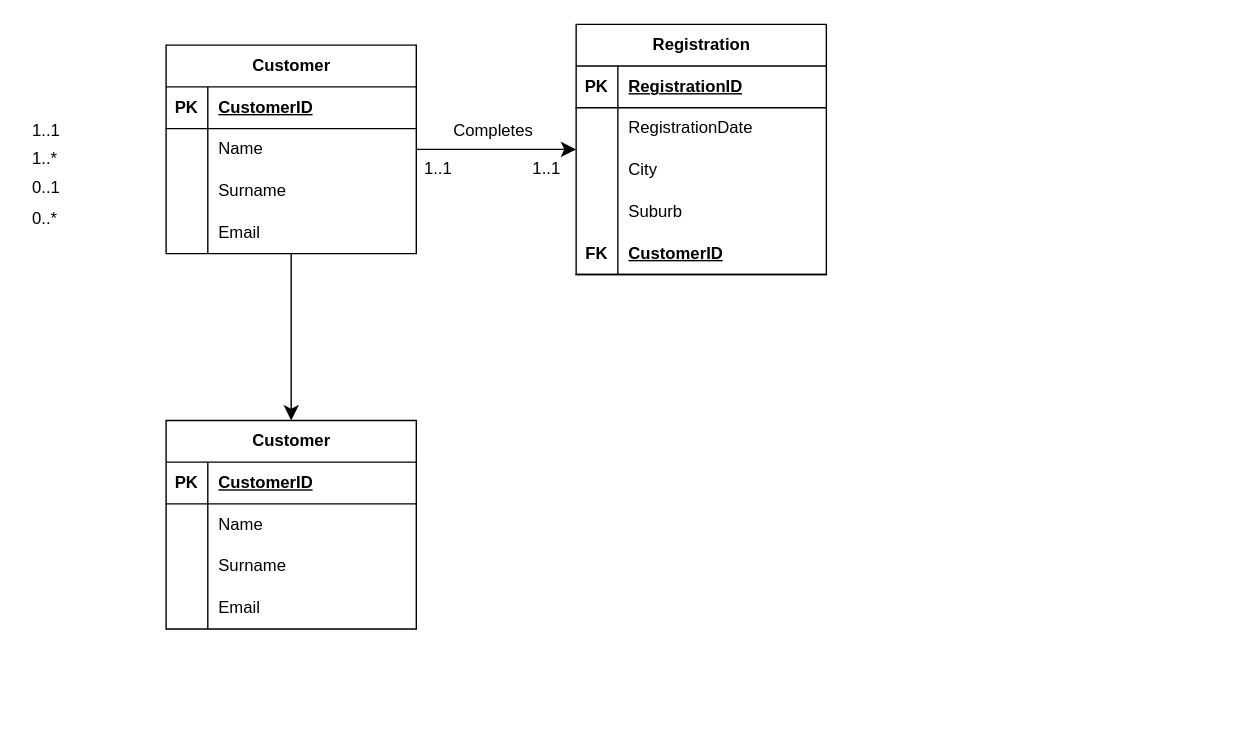
ST10326104/ERDs keeps this draw.io diagram as Untitled Diagram.drawio. Above is the earlier version. Source tidied: cells renumbered, new cells numbered last; positions are measured from the earlier drawing's top-left corner, leaving out a move shared by most shapes. Both pictures are drawn from the tidied source at 139%, with x=0, y=0 at pixel (24, 24).
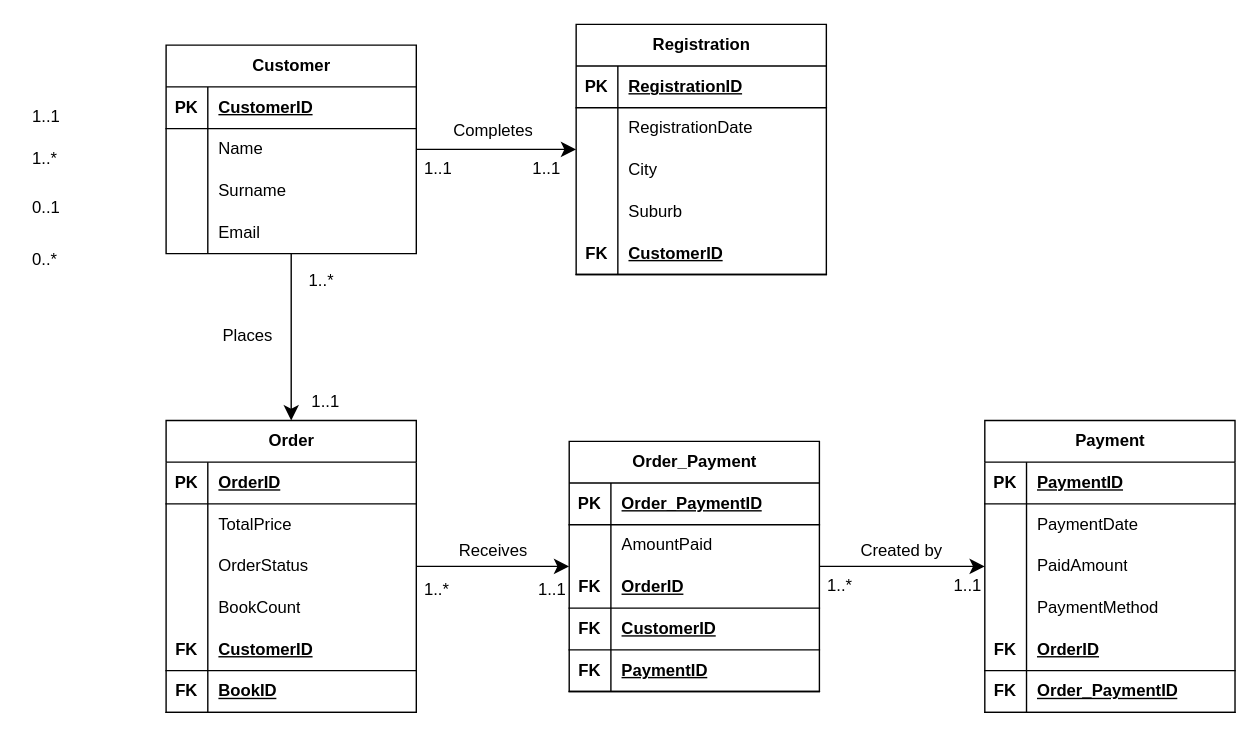
Above is the later version.

Unchanged cells that the change refers to:
```xml
<mxCell id="34" style="shape=tableRow;horizontal=0;startSize=0;swimlaneHead=0;swimlaneBody=0;fillColor=none;top=0;left=0;right=0;bottom=1;" parent="33" vertex="1">
  <mxGeometry y="30" width="180" height="30" as="geometry" />
</mxCell>
<mxCell id="37" style="shape=tableRow;horizontal=0;startSize=0;swimlaneHead=0;swimlaneBody=0;fillColor=none;top=0;left=0;right=0;bottom=0;" parent="33" vertex="1">
  <mxGeometry y="60" width="180" height="30" as="geometry" />
</mxCell>
<mxCell id="40" style="shape=tableRow;horizontal=0;startSize=0;swimlaneHead=0;swimlaneBody=0;fillColor=none;top=0;left=0;right=0;bottom=0;" parent="33" vertex="1">
  <mxGeometry y="90" width="180" height="30" as="geometry" />
</mxCell>
<mxCell id="43" style="shape=tableRow;horizontal=0;startSize=0;swimlaneHead=0;swimlaneBody=0;fillColor=none;top=0;left=0;right=0;bottom=0;" parent="33" vertex="1">
  <mxGeometry y="120" width="180" height="30" as="geometry" />
</mxCell>
```

Diff of the diagram source:
```diff
@@
+    <mxCell id="53" style="edgeStyle=none;curved=1;rounded=0;jettySize=auto;html=1;fontFamily=Helvetica;fontSize=12;fontColor=default;startSize=8;endSize=8;" parent="1" edge="1" source="33" target="63">
+      <mxGeometry relative="1" as="geometry" />
+    </mxCell>
-    <mxCell id="33" value="Customer" style="shape=table;startSize=30;childLayout=tableLayout;rowLines=0;fontStyle=1;align=center;html=1;" parent="1" vertex="1">
-      <mxGeometry x="102" y="285" width="180" height="150" as="geometry" />
+    <mxCell id="33" value="Order" style="shape=table;startSize=30;childLayout=tableLayout;rowLines=0;fontStyle=1;align=center;html=1;" parent="1" vertex="1">
+      <mxGeometry x="102" y="285" width="180" height="210" as="geometry" />
     </mxCell>
@@
-    <mxCell id="36" value="CustomerID" style="shape=partialRectangle;fillColor=none;top=0;left=0;bottom=0;right=0;align=left;spacingLeft=6;fontStyle=5;overflow=hidden;whiteSpace=wrap;html=1;" parent="34" vertex="1">
+    <mxCell id="36" value="OrderID" style="shape=partialRectangle;fillColor=none;top=0;left=0;bottom=0;right=0;align=left;spacingLeft=6;fontStyle=5;overflow=hidden;whiteSpace=wrap;html=1;" parent="34" vertex="1">
       <mxGeometry x="30" width="150" height="30" as="geometry" />
     </mxCell>
@@
-    <mxCell id="39" value="Name" style="shape=partialRectangle;fillColor=none;top=0;left=0;bottom=0;right=0;align=left;spacingLeft=6;overflow=hidden;whiteSpace=wrap;html=1;" parent="37" vertex="1">
+    <mxCell id="39" value="TotalPrice" style="shape=partialRectangle;fillColor=none;top=0;left=0;bottom=0;right=0;align=left;spacingLeft=6;overflow=hidden;whiteSpace=wrap;html=1;" parent="37" vertex="1">
       <mxGeometry x="30" width="150" height="30" as="geometry" />
     </mxCell>
@@
-    <mxCell id="42" value="Surname" style="shape=partialRectangle;fillColor=none;top=0;left=0;bottom=0;right=0;align=left;spacingLeft=6;overflow=hidden;whiteSpace=wrap;html=1;" parent="40" vertex="1">
+    <mxCell id="42" value="OrderStatus" style="shape=partialRectangle;fillColor=none;top=0;left=0;bottom=0;right=0;align=left;spacingLeft=6;overflow=hidden;whiteSpace=wrap;html=1;" parent="40" vertex="1">
       <mxGeometry x="30" width="150" height="30" as="geometry" />
     </mxCell>
@@
-    <mxCell id="45" value="Email" style="shape=partialRectangle;fillColor=none;top=0;left=0;bottom=0;right=0;align=left;spacingLeft=6;overflow=hidden;whiteSpace=wrap;html=1;" parent="43" vertex="1">
+    <mxCell id="45" value="BookCount" style="shape=partialRectangle;fillColor=none;top=0;left=0;bottom=0;right=0;align=left;spacingLeft=6;overflow=hidden;whiteSpace=wrap;html=1;" parent="43" vertex="1">
       <mxGeometry x="30" width="150" height="30" as="geometry" />
     </mxCell>
+    <mxCell id="54" style="shape=tableRow;horizontal=0;startSize=0;swimlaneHead=0;swimlaneBody=0;fillColor=none;top=0;left=0;right=0;bottom=1;" parent="33" vertex="1">
+      <mxGeometry y="150" width="180" height="30" as="geometry" />
+    </mxCell>
+    <mxCell id="55" value="FK" style="shape=partialRectangle;fillColor=none;top=0;left=0;bottom=0;right=0;fontStyle=1;overflow=hidden;whiteSpace=wrap;html=1;" parent="54" vertex="1">
+      <mxGeometry width="30" height="30" as="geometry" />
+    </mxCell>
+    <mxCell id="56" value="CustomerID" style="shape=partialRectangle;fillColor=none;top=0;left=0;bottom=0;right=0;align=left;spacingLeft=6;fontStyle=5;overflow=hidden;whiteSpace=wrap;html=1;" parent="54" vertex="1">
+      <mxGeometry x="30" width="150" height="30" as="geometry" />
+    </mxCell>
+    <mxCell id="57" style="shape=tableRow;horizontal=0;startSize=0;swimlaneHead=0;swimlaneBody=0;fillColor=none;top=0;left=0;right=0;bottom=1;" parent="33" vertex="1">
+      <mxGeometry y="180" width="180" height="30" as="geometry" />
+    </mxCell>
+    <mxCell id="58" value="FK" style="shape=partialRectangle;fillColor=none;top=0;left=0;bottom=0;right=0;fontStyle=1;overflow=hidden;whiteSpace=wrap;html=1;" parent="57" vertex="1">
+      <mxGeometry width="30" height="30" as="geometry" />
+    </mxCell>
+    <mxCell id="59" value="BookID" style="shape=partialRectangle;fillColor=none;top=0;left=0;bottom=0;right=0;align=left;spacingLeft=6;fontStyle=5;overflow=hidden;whiteSpace=wrap;html=1;" parent="57" vertex="1">
+      <mxGeometry x="30" width="150" height="30" as="geometry" />
+    </mxCell>
@@
     <mxCell id="47" value="1..1" style="text;strokeColor=none;fillColor=none;spacingLeft=4;spacingRight=4;overflow=hidden;fontSize=12;whiteSpace=wrap;html=1;" parent="1" vertex="1">
-      <mxGeometry y="63" width="40" height="30" as="geometry" />
+      <mxGeometry y="53" width="40" height="30" as="geometry" />
     </mxCell>
@@
     <mxCell id="49" value="0..1" style="text;strokeColor=none;fillColor=none;spacingLeft=4;spacingRight=4;overflow=hidden;fontSize=12;whiteSpace=wrap;html=1;" parent="1" vertex="1">
-      <mxGeometry y="104" width="40" height="30" as="geometry" />
+      <mxGeometry y="118" width="40" height="30" as="geometry" />
     </mxCell>
     <mxCell id="50" value="0..*" style="text;strokeColor=none;fillColor=none;spacingLeft=4;spacingRight=4;overflow=hidden;fontSize=12;whiteSpace=wrap;html=1;" parent="1" vertex="1">
-      <mxGeometry y="126" width="40" height="30" as="geometry" />
+      <mxGeometry y="156" width="40" height="30" as="geometry" />
     </mxCell>
@@
+    <mxCell id="60" value="1..*" style="text;strokeColor=none;fillColor=none;spacingLeft=4;spacingRight=4;overflow=hidden;fontSize=12;whiteSpace=wrap;html=1;" parent="1" vertex="1">
+      <mxGeometry x="199" y="171" width="40" height="30" as="geometry" />
+    </mxCell>
+    <mxCell id="61" value="1..1" style="text;strokeColor=none;fillColor=none;spacingLeft=4;spacingRight=4;overflow=hidden;fontSize=12;whiteSpace=wrap;html=1;" parent="1" vertex="1">
+      <mxGeometry x="201" y="258" width="40" height="30" as="geometry" />
+    </mxCell>
+    <mxCell id="62" style="edgeStyle=none;curved=1;rounded=0;jettySize=auto;html=1;fontFamily=Helvetica;fontSize=12;fontColor=default;startSize=8;endSize=8;" parent="1" edge="1" source="63" target="79">
+      <mxGeometry relative="1" as="geometry" />
+    </mxCell>
+    <mxCell id="63" value="Order_Payment" style="shape=table;startSize=30;childLayout=tableLayout;rowLines=0;fontStyle=1;align=center;html=1;" parent="1" vertex="1">
+      <mxGeometry x="392" y="300" width="180" height="180" as="geometry" />
+    </mxCell>
+    <mxCell id="64" style="shape=tableRow;horizontal=0;startSize=0;swimlaneHead=0;swimlaneBody=0;fillColor=none;top=0;left=0;right=0;bottom=1;" parent="63" vertex="1">
+      <mxGeometry y="30" width="180" height="30" as="geometry" />
+    </mxCell>
+    <mxCell id="65" value="PK" style="shape=partialRectangle;fillColor=none;top=0;left=0;bottom=0;right=0;fontStyle=1;overflow=hidden;whiteSpace=wrap;html=1;" parent="64" vertex="1">
+      <mxGeometry width="30" height="30" as="geometry" />
+    </mxCell>
+    <mxCell id="66" value="Order_PaymentID" style="shape=partialRectangle;fillColor=none;top=0;left=0;bottom=0;right=0;align=left;spacingLeft=6;fontStyle=5;overflow=hidden;whiteSpace=wrap;html=1;" parent="64" vertex="1">
+      <mxGeometry x="30" width="150" height="30" as="geometry" />
+    </mxCell>
+    <mxCell id="67" style="shape=tableRow;horizontal=0;startSize=0;swimlaneHead=0;swimlaneBody=0;fillColor=none;top=0;left=0;right=0;bottom=0;" parent="63" vertex="1">
+      <mxGeometry y="60" width="180" height="30" as="geometry" />
+    </mxCell>
+    <mxCell id="68" style="shape=partialRectangle;fillColor=none;top=0;left=0;bottom=0;right=0;overflow=hidden;whiteSpace=wrap;html=1;" parent="67" vertex="1">
+      <mxGeometry width="30" height="30" as="geometry" />
+    </mxCell>
+    <mxCell id="69" value="AmountPaid" style="shape=partialRectangle;fillColor=none;top=0;left=0;bottom=0;right=0;align=left;spacingLeft=6;overflow=hidden;whiteSpace=wrap;html=1;" parent="67" vertex="1">
+      <mxGeometry x="30" width="150" height="30" as="geometry" />
+    </mxCell>
+    <mxCell id="70" style="shape=tableRow;horizontal=0;startSize=0;swimlaneHead=0;swimlaneBody=0;fillColor=none;top=0;left=0;right=0;bottom=1;" parent="63" vertex="1">
+      <mxGeometry y="90" width="180" height="30" as="geometry" />
+    </mxCell>
+    <mxCell id="71" value="FK" style="shape=partialRectangle;fillColor=none;top=0;left=0;bottom=0;right=0;fontStyle=1;overflow=hidden;whiteSpace=wrap;html=1;" parent="70" vertex="1">
+      <mxGeometry width="30" height="30" as="geometry" />
+    </mxCell>
+    <mxCell id="72" value="OrderID" style="shape=partialRectangle;fillColor=none;top=0;left=0;bottom=0;right=0;align=left;spacingLeft=6;fontStyle=5;overflow=hidden;whiteSpace=wrap;html=1;" parent="70" vertex="1">
+      <mxGeometry x="30" width="150" height="30" as="geometry" />
+    </mxCell>
+    <mxCell id="73" style="shape=tableRow;horizontal=0;startSize=0;swimlaneHead=0;swimlaneBody=0;fillColor=none;top=0;left=0;right=0;bottom=1;" parent="63" vertex="1">
+      <mxGeometry y="120" width="180" height="30" as="geometry" />
+    </mxCell>
+    <mxCell id="74" value="FK" style="shape=partialRectangle;fillColor=none;top=0;left=0;bottom=0;right=0;fontStyle=1;overflow=hidden;whiteSpace=wrap;html=1;" parent="73" vertex="1">
+      <mxGeometry width="30" height="30" as="geometry" />
+    </mxCell>
+    <mxCell id="75" value="CustomerID" style="shape=partialRectangle;fillColor=none;top=0;left=0;bottom=0;right=0;align=left;spacingLeft=6;fontStyle=5;overflow=hidden;whiteSpace=wrap;html=1;" parent="73" vertex="1">
+      <mxGeometry x="30" width="150" height="30" as="geometry" />
+    </mxCell>
+    <mxCell id="76" style="shape=tableRow;horizontal=0;startSize=0;swimlaneHead=0;swimlaneBody=0;fillColor=none;top=0;left=0;right=0;bottom=1;" parent="63" vertex="1">
+      <mxGeometry y="150" width="180" height="30" as="geometry" />
+    </mxCell>
+    <mxCell id="77" value="FK" style="shape=partialRectangle;fillColor=none;top=0;left=0;bottom=0;right=0;fontStyle=1;overflow=hidden;whiteSpace=wrap;html=1;" parent="76" vertex="1">
+      <mxGeometry width="30" height="30" as="geometry" />
+    </mxCell>
+    <mxCell id="78" value="PaymentID" style="shape=partialRectangle;fillColor=none;top=0;left=0;bottom=0;right=0;align=left;spacingLeft=6;fontStyle=5;overflow=hidden;whiteSpace=wrap;html=1;" parent="76" vertex="1">
+      <mxGeometry x="30" width="150" height="30" as="geometry" />
+    </mxCell>
+    <mxCell id="79" value="Payment" style="shape=table;startSize=30;childLayout=tableLayout;rowLines=0;fontStyle=1;align=center;html=1;" parent="1" vertex="1">
+      <mxGeometry x="691" y="285" width="180" height="210" as="geometry" />
+    </mxCell>
+    <mxCell id="80" style="shape=tableRow;horizontal=0;startSize=0;swimlaneHead=0;swimlaneBody=0;fillColor=none;top=0;left=0;right=0;bottom=1;" parent="79" vertex="1">
+      <mxGeometry y="30" width="180" height="30" as="geometry" />
+    </mxCell>
+    <mxCell id="81" value="PK" style="shape=partialRectangle;fillColor=none;top=0;left=0;bottom=0;right=0;fontStyle=1;overflow=hidden;whiteSpace=wrap;html=1;" parent="80" vertex="1">
+      <mxGeometry width="30" height="30" as="geometry" />
+    </mxCell>
+    <mxCell id="82" value="PaymentID" style="shape=partialRectangle;fillColor=none;top=0;left=0;bottom=0;right=0;align=left;spacingLeft=6;fontStyle=5;overflow=hidden;whiteSpace=wrap;html=1;" parent="80" vertex="1">
+      <mxGeometry x="30" width="150" height="30" as="geometry" />
+    </mxCell>
+    <mxCell id="83" style="shape=tableRow;horizontal=0;startSize=0;swimlaneHead=0;swimlaneBody=0;fillColor=none;top=0;left=0;right=0;bottom=0;" parent="79" vertex="1">
+      <mxGeometry y="60" width="180" height="30" as="geometry" />
+    </mxCell>
+    <mxCell id="84" style="shape=partialRectangle;fillColor=none;top=0;left=0;bottom=0;right=0;overflow=hidden;whiteSpace=wrap;html=1;" parent="83" vertex="1">
+      <mxGeometry width="30" height="30" as="geometry" />
+    </mxCell>
+    <mxCell id="85" value="PaymentDate" style="shape=partialRectangle;fillColor=none;top=0;left=0;bottom=0;right=0;align=left;spacingLeft=6;overflow=hidden;whiteSpace=wrap;html=1;" parent="83" vertex="1">
+      <mxGeometry x="30" width="150" height="30" as="geometry" />
+    </mxCell>
+    <mxCell id="86" style="shape=tableRow;horizontal=0;startSize=0;swimlaneHead=0;swimlaneBody=0;fillColor=none;top=0;left=0;right=0;bottom=0;" parent="79" vertex="1">
+      <mxGeometry y="90" width="180" height="30" as="geometry" />
+    </mxCell>
+    <mxCell id="87" style="shape=partialRectangle;fillColor=none;top=0;left=0;bottom=0;right=0;overflow=hidden;whiteSpace=wrap;html=1;" parent="86" vertex="1">
+      <mxGeometry width="30" height="30" as="geometry" />
+    </mxCell>
+    <mxCell id="88" value="PaidAmount" style="shape=partialRectangle;fillColor=none;top=0;left=0;bottom=0;right=0;align=left;spacingLeft=6;overflow=hidden;whiteSpace=wrap;html=1;" parent="86" vertex="1">
+      <mxGeometry x="30" width="150" height="30" as="geometry" />
+    </mxCell>
+    <mxCell id="89" style="shape=tableRow;horizontal=0;startSize=0;swimlaneHead=0;swimlaneBody=0;fillColor=none;top=0;left=0;right=0;bottom=0;" parent="79" vertex="1">
+      <mxGeometry y="120" width="180" height="30" as="geometry" />
+    </mxCell>
+    <mxCell id="90" style="shape=partialRectangle;fillColor=none;top=0;left=0;bottom=0;right=0;overflow=hidden;whiteSpace=wrap;html=1;" parent="89" vertex="1">
+      <mxGeometry width="30" height="30" as="geometry" />
+    </mxCell>
+    <mxCell id="91" value="PaymentMethod" style="shape=partialRectangle;fillColor=none;top=0;left=0;bottom=0;right=0;align=left;spacingLeft=6;overflow=hidden;whiteSpace=wrap;html=1;" parent="89" vertex="1">
+      <mxGeometry x="30" width="150" height="30" as="geometry" />
+    </mxCell>
+    <mxCell id="92" style="shape=tableRow;horizontal=0;startSize=0;swimlaneHead=0;swimlaneBody=0;fillColor=none;top=0;left=0;right=0;bottom=1;" parent="79" vertex="1">
+      <mxGeometry y="150" width="180" height="30" as="geometry" />
+    </mxCell>
+    <mxCell id="93" value="FK" style="shape=partialRectangle;fillColor=none;top=0;left=0;bottom=0;right=0;fontStyle=1;overflow=hidden;whiteSpace=wrap;html=1;" parent="92" vertex="1">
+      <mxGeometry width="30" height="30" as="geometry" />
+    </mxCell>
+    <mxCell id="94" value="OrderID" style="shape=partialRectangle;fillColor=none;top=0;left=0;bottom=0;right=0;align=left;spacingLeft=6;fontStyle=5;overflow=hidden;whiteSpace=wrap;html=1;" parent="92" vertex="1">
+      <mxGeometry x="30" width="150" height="30" as="geometry" />
+    </mxCell>
+    <mxCell id="95" style="shape=tableRow;horizontal=0;startSize=0;swimlaneHead=0;swimlaneBody=0;fillColor=none;top=0;left=0;right=0;bottom=1;" parent="79" vertex="1">
+      <mxGeometry y="180" width="180" height="30" as="geometry" />
+    </mxCell>
+    <mxCell id="96" value="FK" style="shape=partialRectangle;fillColor=none;top=0;left=0;bottom=0;right=0;fontStyle=1;overflow=hidden;whiteSpace=wrap;html=1;" parent="95" vertex="1">
+      <mxGeometry width="30" height="30" as="geometry" />
+    </mxCell>
+    <mxCell id="97" value="Order_PaymentID" style="shape=partialRectangle;fillColor=none;top=0;left=0;bottom=0;right=0;align=left;spacingLeft=6;fontStyle=5;overflow=hidden;whiteSpace=wrap;html=1;" parent="95" vertex="1">
+      <mxGeometry x="30" width="150" height="30" as="geometry" />
+    </mxCell>
+    <mxCell id="98" value="Places" style="text;strokeColor=none;fillColor=none;spacingLeft=4;spacingRight=4;overflow=hidden;fontSize=12;whiteSpace=wrap;html=1;" parent="1" vertex="1">
+      <mxGeometry x="137" y="210" width="52" height="30" as="geometry" />
+    </mxCell>
+    <mxCell id="99" value="1..*" style="text;strokeColor=none;fillColor=none;spacingLeft=4;spacingRight=4;overflow=hidden;fontSize=12;whiteSpace=wrap;html=1;" parent="1" vertex="1">
+      <mxGeometry x="282" y="393" width="40" height="30" as="geometry" />
+    </mxCell>
+    <mxCell id="100" value="1..1" style="text;strokeColor=none;fillColor=none;spacingLeft=4;spacingRight=4;overflow=hidden;fontSize=12;whiteSpace=wrap;html=1;" parent="1" vertex="1">
+      <mxGeometry x="364" y="393" width="40" height="30" as="geometry" />
+    </mxCell>
+    <mxCell id="101" value="Receives" style="text;strokeColor=none;fillColor=none;spacingLeft=4;spacingRight=4;overflow=hidden;fontSize=12;whiteSpace=wrap;html=1;" parent="1" vertex="1">
+      <mxGeometry x="307" y="365" width="61" height="30" as="geometry" />
+    </mxCell>
+    <mxCell id="102" value="1..*" style="text;strokeColor=none;fillColor=none;spacingLeft=4;spacingRight=4;overflow=hidden;fontSize=12;whiteSpace=wrap;html=1;" parent="1" vertex="1">
+      <mxGeometry x="572" y="390" width="40" height="30" as="geometry" />
+    </mxCell>
+    <mxCell id="103" value="1..1" style="text;strokeColor=none;fillColor=none;spacingLeft=4;spacingRight=4;overflow=hidden;fontSize=12;whiteSpace=wrap;html=1;" parent="1" vertex="1">
+      <mxGeometry x="663" y="390" width="40" height="30" as="geometry" />
+    </mxCell>
+    <mxCell id="104" value="Created by" style="text;strokeColor=none;fillColor=none;spacingLeft=4;spacingRight=4;overflow=hidden;fontSize=12;whiteSpace=wrap;html=1;" parent="1" vertex="1">
+      <mxGeometry x="596" y="365" width="71" height="30" as="geometry" />
+    </mxCell>
```
